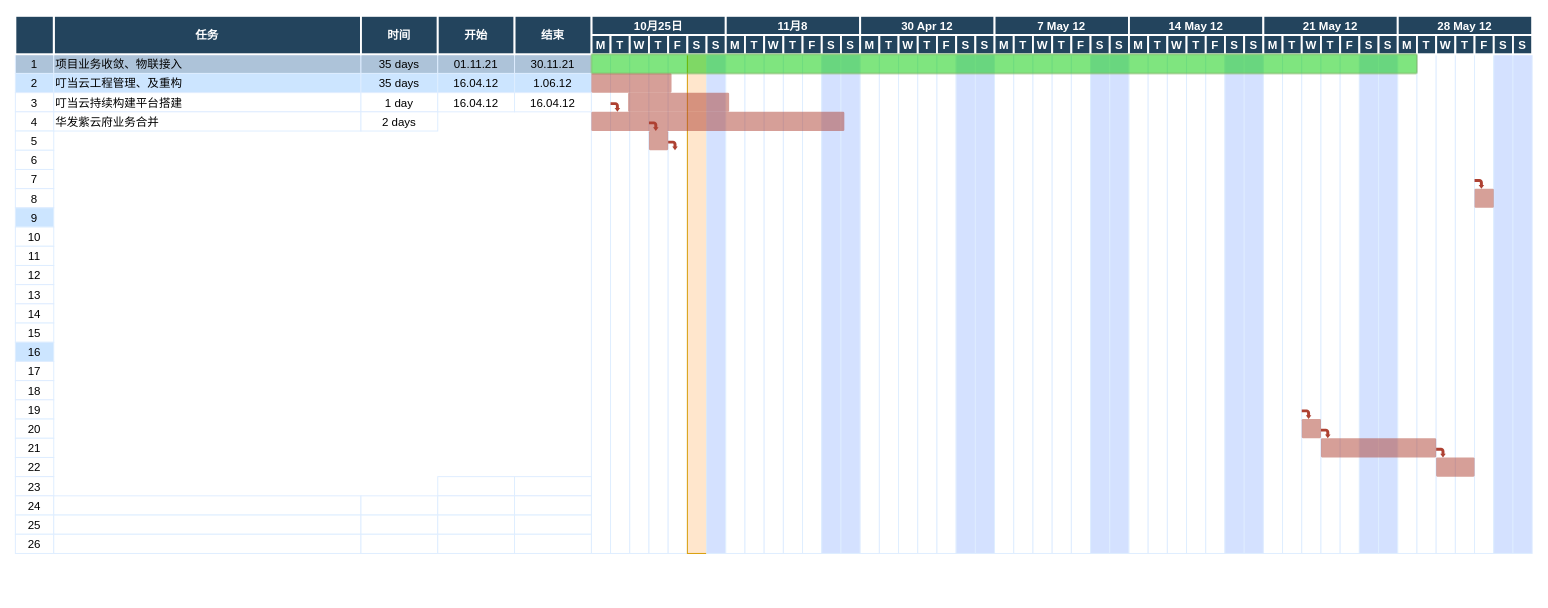
Earlier version of the draw.io diagram Untitled Diagram.drawio (csm1sh/pinspire). Source tidied: cells renumbered, new cells numbered last; positions are measured from the earlier drawing's top-left corner, leaving out a move shared by most shapes. Both pictures are drawn from the tidied source at 96%, with x=0, y=0 at pixel (14, 15).
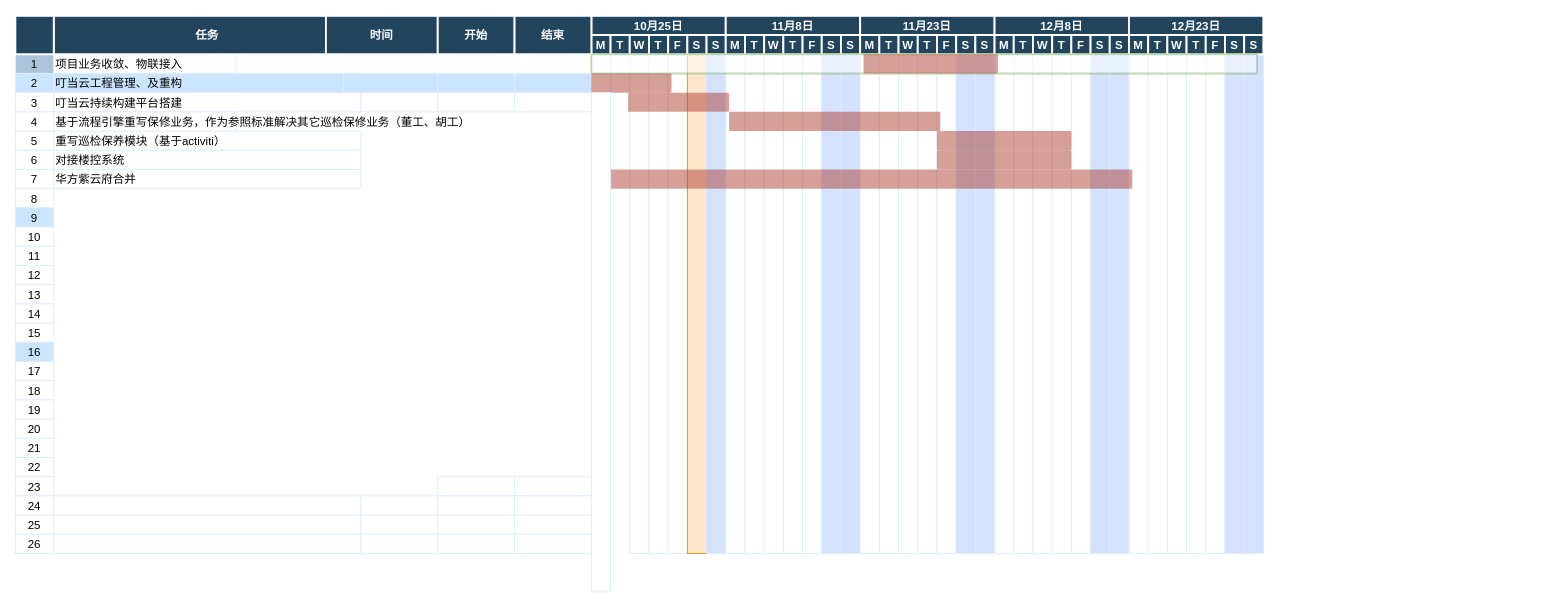
Above is the later version.

The edit, as a diff of the source:
```diff
@@
-    <mxCell id="3" value="项目业务收敛、物联接入" style="align=left;strokeColor=#DEEDFF;fillColor=#ADC3D9;" parent="1" vertex="1">
-      <mxGeometry x="40.5" y="40" width="320" height="20" as="geometry" />
+    <mxCell id="3" value="项目业务收敛、物联接入" style="align=left;strokeColor=#DEEDFF;fillColor=#FFFFFF;" parent="1" vertex="1">
+      <mxGeometry x="40.5" y="40" width="190" height="20" as="geometry" />
     </mxCell>
-    <mxCell id="4" value="35 days" style="strokeColor=#DEEDFF;fillColor=#ADC3D9;" parent="1" vertex="1">
-      <mxGeometry x="360.5" y="40" width="80" height="20" as="geometry" />
-    </mxCell>
-    <mxCell id="5" value="01.11.21" style="strokeColor=#DEEDFF;fillColor=#ADC3D9;" parent="1" vertex="1">
-      <mxGeometry x="440.5" y="40" width="80" height="20" as="geometry" />
-    </mxCell>
-    <mxCell id="6" value="30.11.21" style="strokeColor=#DEEDFF;fillColor=#ADC3D9;" parent="1" vertex="1">
-      <mxGeometry x="520.5" y="40" width="80" height="20" as="geometry" />
-    </mxCell>
@@
-    <mxCell id="10" value="35 days" style="strokeColor=#DEEDFF;fillColor=#CCE5FF;" parent="1" vertex="1">
-      <mxGeometry x="360.5" y="60" width="80" height="20" as="geometry" />
+    <mxCell id="10" style="strokeColor=#DEEDFF;fillColor=#CCE5FF;" parent="1" vertex="1">
+      <mxGeometry x="342.2" y="60" width="101.8" height="20" as="geometry" />
     </mxCell>
-    <mxCell id="11" value="16.04.12" style="strokeColor=#DEEDFF;fillColor=#CCE5FF;" parent="1" vertex="1">
+    <mxCell id="11" style="strokeColor=#DEEDFF;fillColor=#CCE5FF;" parent="1" vertex="1">
       <mxGeometry x="440.5" y="60" width="80" height="20" as="geometry" />
     </mxCell>
-    <mxCell id="12" value="1.06.12" style="strokeColor=#DEEDFF;fillColor=#CCE5FF;" parent="1" vertex="1">
+    <mxCell id="12" style="strokeColor=#DEEDFF;fillColor=#CCE5FF;" parent="1" vertex="1">
       <mxGeometry x="520.5" y="60" width="80" height="20" as="geometry" />
     </mxCell>
@@
-    <mxCell id="15" value="1 day" style="strokeColor=#DEEDFF;" parent="1" vertex="1">
+    <mxCell id="15" style="strokeColor=#DEEDFF;" parent="1" vertex="1">
       <mxGeometry x="360.5" y="80" width="80" height="20" as="geometry" />
     </mxCell>
-    <mxCell id="16" value="16.04.12" style="strokeColor=#DEEDFF;" parent="1" vertex="1">
+    <mxCell id="16" style="strokeColor=#DEEDFF;" parent="1" vertex="1">
       <mxGeometry x="440.5" y="80" width="80" height="20" as="geometry" />
     </mxCell>
-    <mxCell id="17" value="16.04.12" style="strokeColor=#DEEDFF;" parent="1" vertex="1">
+    <mxCell id="17" style="strokeColor=#DEEDFF;" parent="1" vertex="1">
       <mxGeometry x="520.5" y="80" width="80" height="20" as="geometry" />
     </mxCell>
@@
-    <mxCell id="19" value="华发紫云府业务合并" style="align=left;strokeColor=#DEEDFF;" parent="1" vertex="1">
-      <mxGeometry x="40.5" y="100" width="320" height="20" as="geometry" />
+    <mxCell id="19" value="重写巡检保养模块（基于activiti）" style="align=left;strokeColor=#DEEDFF;" parent="1" vertex="1">
+      <mxGeometry x="40.5" y="120" width="320" height="20" as="geometry" />
     </mxCell>
-    <mxCell id="20" value="2 days" style="strokeColor=#DEEDFF;" parent="1" vertex="1">
-      <mxGeometry x="360.5" y="100" width="80" height="20" as="geometry" />
-    </mxCell>
@@
-    <mxCell id="57" style="strokeColor=#DEEDFF;" parent="1" vertex="1">
-      <mxGeometry x="620.5" y="40" width="20" height="520" as="geometry" />
-    </mxCell>
@@
-    <mxCell id="91" style="strokeColor=#DEEDFF;" parent="1" vertex="1">
-      <mxGeometry x="1300.5" y="40" width="20" height="520" as="geometry" />
-    </mxCell>
-    <mxCell id="92" style="strokeColor=#DEEDFF;" parent="1" vertex="1">
-      <mxGeometry x="1320.5" y="40" width="20" height="520" as="geometry" />
-    </mxCell>
-    <mxCell id="93" style="strokeColor=#DEEDFF;" parent="1" vertex="1">
-      <mxGeometry x="1340.5" y="40" width="20" height="520" as="geometry" />
-    </mxCell>
-    <mxCell id="94" style="strokeColor=#DEEDFF;" parent="1" vertex="1">
-      <mxGeometry x="1360.5" y="40" width="20" height="520" as="geometry" />
-    </mxCell>
-    <mxCell id="95" style="strokeColor=#DEEDFF;" parent="1" vertex="1">
-      <mxGeometry x="1380.5" y="40" width="20" height="520" as="geometry" />
-    </mxCell>
-    <mxCell id="96" style="strokeColor=#DEEDFF;fillColor=#D4E1FF;" parent="1" vertex="1">
-      <mxGeometry x="1400.5" y="40" width="20" height="520" as="geometry" />
-    </mxCell>
-    <mxCell id="97" style="strokeColor=#DEEDFF;fillColor=#D4E1FF;" parent="1" vertex="1">
-      <mxGeometry x="1420.5" y="40" width="20" height="520" as="geometry" />
-    </mxCell>
-    <mxCell id="98" style="strokeColor=#DEEDFF;" parent="1" vertex="1">
-      <mxGeometry x="1440.5" y="40" width="20" height="520" as="geometry" />
-    </mxCell>
-    <mxCell id="99" style="strokeColor=#DEEDFF;" parent="1" vertex="1">
-      <mxGeometry x="1460.5" y="40" width="20" height="520" as="geometry" />
-    </mxCell>
-    <mxCell id="100" style="strokeColor=#DEEDFF;" parent="1" vertex="1">
-      <mxGeometry x="1480.5" y="40" width="20" height="520" as="geometry" />
-    </mxCell>
-    <mxCell id="101" style="strokeColor=#DEEDFF;" parent="1" vertex="1">
-      <mxGeometry x="1500.5" y="40" width="20" height="520" as="geometry" />
-    </mxCell>
-    <mxCell id="102" style="strokeColor=#DEEDFF;" parent="1" vertex="1">
-      <mxGeometry x="1520.5" y="40" width="20" height="520" as="geometry" />
-    </mxCell>
-    <mxCell id="103" style="strokeColor=#DEEDFF;fillColor=#D4E1FF;" parent="1" vertex="1">
-      <mxGeometry x="1540.5" y="40" width="20" height="520" as="geometry" />
-    </mxCell>
-    <mxCell id="104" style="strokeColor=#DEEDFF;fillColor=#D4E1FF;" parent="1" vertex="1">
-      <mxGeometry x="1560.5" y="40" width="20" height="520" as="geometry" />
-    </mxCell>
@@
     <mxCell id="115" value="时间" style="fillColor=#23445D;strokeColor=#FFFFFF;strokeWidth=2;fontColor=#FFFFFF;fontStyle=1;" parent="1" vertex="1">
-      <mxGeometry x="360.5" width="80" height="40" as="geometry" />
+      <mxGeometry x="324" width="116.5" height="40" as="geometry" />
     </mxCell>
@@
-    <mxCell id="118" value="11月8" style="fillColor=#23445D;strokeColor=#FFFFFF;strokeWidth=2;fontColor=#FFFFFF;fontStyle=1;" parent="1" vertex="1">
+    <mxCell id="118" value="11月8日" style="fillColor=#23445D;strokeColor=#FFFFFF;strokeWidth=2;fontColor=#FFFFFF;fontStyle=1;" parent="1" vertex="1">
       <mxGeometry x="740.5" width="140" height="20" as="geometry" />
     </mxCell>
@@
-    <mxCell id="126" value="30 Apr 12" style="fillColor=#23445D;strokeColor=#FFFFFF;strokeWidth=2;fontColor=#FFFFFF;fontStyle=1;" parent="1" vertex="1">
+    <mxCell id="126" value="11月23日" style="fillColor=#23445D;strokeColor=#FFFFFF;strokeWidth=2;fontColor=#FFFFFF;fontStyle=1;" parent="1" vertex="1">
       <mxGeometry x="880.5" width="140" height="20" as="geometry" />
     </mxCell>
@@
-    <mxCell id="134" value="7 May 12" style="fillColor=#23445D;strokeColor=#FFFFFF;strokeWidth=2;fontColor=#FFFFFF;fontStyle=1;" parent="1" vertex="1">
+    <mxCell id="134" value="12月8日" style="fillColor=#23445D;strokeColor=#FFFFFF;strokeWidth=2;fontColor=#FFFFFF;fontStyle=1;" parent="1" vertex="1">
       <mxGeometry x="1020.5" width="140" height="20" as="geometry" />
     </mxCell>
@@
-    <mxCell id="142" value="14 May 12" style="fillColor=#23445D;strokeColor=#FFFFFF;strokeWidth=2;fontColor=#FFFFFF;fontStyle=1;" parent="1" vertex="1">
+    <mxCell id="142" value="12月23日" style="fillColor=#23445D;strokeColor=#FFFFFF;strokeWidth=2;fontColor=#FFFFFF;fontStyle=1;" parent="1" vertex="1">
       <mxGeometry x="1160.5" width="140" height="20" as="geometry" />
     </mxCell>
@@
-    <mxCell id="150" value="21 May 12" style="fillColor=#23445D;strokeColor=#FFFFFF;strokeWidth=2;fontColor=#FFFFFF;fontStyle=1;" parent="1" vertex="1">
-      <mxGeometry x="1300.5" width="140" height="20" as="geometry" />
-    </mxCell>
-    <mxCell id="151" value="M" style="fillColor=#23445D;strokeColor=#FFFFFF;strokeWidth=2;fontColor=#FFFFFF;fontStyle=1;" parent="1" vertex="1">
-      <mxGeometry x="1300.5" y="20" width="20" height="20" as="geometry" />
-    </mxCell>
-    <mxCell id="152" value="T" style="fillColor=#23445D;strokeColor=#FFFFFF;strokeWidth=2;fontColor=#FFFFFF;fontStyle=1;" parent="1" vertex="1">
-      <mxGeometry x="1320.5" y="20" width="20" height="20" as="geometry" />
-    </mxCell>
-    <mxCell id="153" value="W" style="fillColor=#23445D;strokeColor=#FFFFFF;strokeWidth=2;fontColor=#FFFFFF;fontStyle=1;" parent="1" vertex="1">
-      <mxGeometry x="1340.5" y="20" width="20" height="20" as="geometry" />
-    </mxCell>
-    <mxCell id="154" value="T" style="fillColor=#23445D;strokeColor=#FFFFFF;strokeWidth=2;fontColor=#FFFFFF;fontStyle=1;" parent="1" vertex="1">
-      <mxGeometry x="1360.5" y="20" width="20" height="20" as="geometry" />
-    </mxCell>
-    <mxCell id="155" value="F" style="fillColor=#23445D;strokeColor=#FFFFFF;strokeWidth=2;fontColor=#FFFFFF;fontStyle=1;" parent="1" vertex="1">
-      <mxGeometry x="1380.5" y="20" width="20" height="20" as="geometry" />
-    </mxCell>
-    <mxCell id="156" value="S" style="fillColor=#23445D;strokeColor=#FFFFFF;strokeWidth=2;fontColor=#FFFFFF;fontStyle=1;" parent="1" vertex="1">
-      <mxGeometry x="1400.5" y="20" width="20" height="20" as="geometry" />
-    </mxCell>
-    <mxCell id="157" value="S" style="fillColor=#23445D;strokeColor=#FFFFFF;strokeWidth=2;fontColor=#FFFFFF;fontStyle=1;" parent="1" vertex="1">
-      <mxGeometry x="1420.5" y="20" width="20" height="20" as="geometry" />
-    </mxCell>
-    <mxCell id="158" value="28 May 12" style="fillColor=#23445D;strokeColor=#FFFFFF;strokeWidth=2;fontColor=#FFFFFF;fontStyle=1;" parent="1" vertex="1">
-      <mxGeometry x="1440.5" width="140" height="20" as="geometry" />
-    </mxCell>
-    <mxCell id="159" value="M" style="fillColor=#23445D;strokeColor=#FFFFFF;strokeWidth=2;fontColor=#FFFFFF;fontStyle=1;" parent="1" vertex="1">
-      <mxGeometry x="1440.5" y="20" width="20" height="20" as="geometry" />
-    </mxCell>
-    <mxCell id="160" value="T" style="fillColor=#23445D;strokeColor=#FFFFFF;strokeWidth=2;fontColor=#FFFFFF;fontStyle=1;" parent="1" vertex="1">
-      <mxGeometry x="1460.5" y="20" width="20" height="20" as="geometry" />
-    </mxCell>
-    <mxCell id="161" value="W" style="fillColor=#23445D;strokeColor=#FFFFFF;strokeWidth=2;fontColor=#FFFFFF;fontStyle=1;" parent="1" vertex="1">
-      <mxGeometry x="1480.5" y="20" width="20" height="20" as="geometry" />
-    </mxCell>
-    <mxCell id="162" value="T" style="fillColor=#23445D;strokeColor=#FFFFFF;strokeWidth=2;fontColor=#FFFFFF;fontStyle=1;" parent="1" vertex="1">
-      <mxGeometry x="1500.5" y="20" width="20" height="20" as="geometry" />
-    </mxCell>
-    <mxCell id="163" value="F" style="fillColor=#23445D;strokeColor=#FFFFFF;strokeWidth=2;fontColor=#FFFFFF;fontStyle=1;" parent="1" vertex="1">
-      <mxGeometry x="1520.5" y="20" width="20" height="20" as="geometry" />
-    </mxCell>
-    <mxCell id="164" value="S" style="fillColor=#23445D;strokeColor=#FFFFFF;strokeWidth=2;fontColor=#FFFFFF;fontStyle=1;" parent="1" vertex="1">
-      <mxGeometry x="1540.5" y="20" width="20" height="20" as="geometry" />
-    </mxCell>
-    <mxCell id="165" value="S" style="fillColor=#23445D;strokeColor=#FFFFFF;strokeWidth=2;fontColor=#FFFFFF;fontStyle=1;" parent="1" vertex="1">
-      <mxGeometry x="1560.5" y="20" width="20" height="20" as="geometry" />
-    </mxCell>
-    <mxCell id="166" style="shape=mxgraph.arrows.bent_right_arrow;fillColor=#AE4132;strokeColor=none;strokeWidth=2;direction=south;" parent="1" vertex="1">
-      <mxGeometry x="620.5" y="90" width="10" height="10" as="geometry" />
-    </mxCell>
@@
     <mxCell id="168" style="shape=mxgraph.flowchart.process;fillColor=#AE4132;strokeColor=none;strokeWidth=2;opacity=50;" parent="1" vertex="1">
-      <mxGeometry x="600.5" y="100" width="263.5" height="20" as="geometry" />
+      <mxGeometry x="604" y="160" width="560" height="20" as="geometry" />
     </mxCell>
-    <mxCell id="169" style="shape=mxgraph.flowchart.process;fillColor=#AE4132;strokeColor=none;strokeWidth=2;opacity=50;" parent="1" vertex="1">
-      <mxGeometry x="660.5" y="120" width="20" height="20" as="geometry" />
-    </mxCell>
-    <mxCell id="170" style="shape=mxgraph.flowchart.process;fillColor=#AE4132;strokeColor=none;strokeWidth=2;opacity=50;" parent="1" vertex="1">
-      <mxGeometry x="1520.5" y="180" width="20" height="20" as="geometry" />
-    </mxCell>
-    <mxCell id="171" style="shape=mxgraph.arrows.bent_right_arrow;fillColor=#AE4132;strokeColor=none;strokeWidth=2;direction=south;" parent="1" vertex="1">
-      <mxGeometry x="660.5" y="110" width="10" height="10" as="geometry" />
-    </mxCell>
-    <mxCell id="172" style="shape=mxgraph.arrows.bent_right_arrow;fillColor=#AE4132;strokeColor=none;strokeWidth=2;direction=south;" parent="1" vertex="1">
-      <mxGeometry x="680.5" y="130" width="10" height="10" as="geometry" />
-    </mxCell>
-    <mxCell id="173" style="shape=mxgraph.arrows.bent_right_arrow;fillColor=#AE4132;strokeColor=none;strokeWidth=2;direction=south;" parent="1" vertex="1">
-      <mxGeometry x="1520.5" y="170" width="10" height="10" as="geometry" />
-    </mxCell>
-    <mxCell id="174" style="shape=mxgraph.flowchart.process;fillColor=#AE4132;strokeColor=none;strokeWidth=2;opacity=50;" parent="1" vertex="1">
-      <mxGeometry x="1340.5" y="420" width="20" height="20" as="geometry" />
-    </mxCell>
-    <mxCell id="175" style="shape=mxgraph.flowchart.process;fillColor=#AE4132;strokeColor=none;strokeWidth=2;opacity=50;" parent="1" vertex="1">
-      <mxGeometry x="1360.5" y="440" width="120" height="20" as="geometry" />
-    </mxCell>
-    <mxCell id="176" style="shape=mxgraph.flowchart.process;fillColor=#AE4132;strokeColor=none;strokeWidth=2;opacity=50;" parent="1" vertex="1">
-      <mxGeometry x="1480.5" y="460" width="40" height="20" as="geometry" />
-    </mxCell>
-    <mxCell id="177" style="shape=mxgraph.arrows.bent_right_arrow;fillColor=#AE4132;strokeColor=none;strokeWidth=2;direction=south;" parent="1" vertex="1">
-      <mxGeometry x="1340.5" y="410" width="10" height="10" as="geometry" />
-    </mxCell>
-    <mxCell id="178" style="shape=mxgraph.arrows.bent_right_arrow;fillColor=#AE4132;strokeColor=none;strokeWidth=2;direction=south;" parent="1" vertex="1">
-      <mxGeometry x="1360.5" y="430" width="10" height="10" as="geometry" />
-    </mxCell>
-    <mxCell id="179" style="shape=mxgraph.arrows.bent_right_arrow;fillColor=#AE4132;strokeColor=none;strokeWidth=2;direction=south;" parent="1" vertex="1">
-      <mxGeometry x="1480.5" y="450" width="10" height="10" as="geometry" />
-    </mxCell>
-    <mxCell id="180" style="shape=mxgraph.flowchart.process;fillColor=#00CC00;strokeColor=#82b366;strokeWidth=2;opacity=50;" parent="1" vertex="1">
-      <mxGeometry x="600.5" y="40" width="860" height="20" as="geometry" />
+    <mxCell id="180" style="shape=mxgraph.flowchart.process;fillColor=#FFFFFF;strokeColor=#82b366;strokeWidth=2;opacity=50;" parent="1" vertex="1">
+      <mxGeometry x="600.5" y="40" width="693.5" height="20" as="geometry" />
     </mxCell>
@@
+    <mxCell id="182" style="shape=mxgraph.flowchart.process;fillColor=#AE4132;strokeColor=none;strokeWidth=2;opacity=50;" parent="1" vertex="1">
+      <mxGeometry x="744" y="100" width="220" height="20" as="geometry" />
+    </mxCell>
+    <mxCell id="183" value="基于流程引擎重写保修业务，作为参照标准解决其它巡检保修业务（董工、胡工）" style="align=left;strokeColor=#DEEDFF;fillColor=#FFFFFF;" parent="1" vertex="1">
+      <mxGeometry x="40.5" y="100" width="190" height="20" as="geometry" />
+    </mxCell>
+    <mxCell id="184" style="shape=mxgraph.flowchart.process;fillColor=#AE4132;strokeColor=none;strokeWidth=2;opacity=50;" parent="1" vertex="1">
+      <mxGeometry x="884" y="40" width="140" height="20" as="geometry" />
+    </mxCell>
+    <mxCell id="185" style="shape=mxgraph.flowchart.process;fillColor=#AE4132;strokeColor=none;strokeWidth=2;opacity=50;" parent="1" vertex="1">
+      <mxGeometry x="960.5" y="120" width="140" height="20" as="geometry" />
+    </mxCell>
+    <mxCell id="186" value="对接楼控系统" style="align=left;strokeColor=#DEEDFF;" parent="1" vertex="1">
+      <mxGeometry x="40.5" y="140" width="320" height="20" as="geometry" />
+    </mxCell>
+    <mxCell id="187" style="shape=mxgraph.flowchart.process;fillColor=#AE4132;strokeColor=none;strokeWidth=2;opacity=50;" parent="1" vertex="1">
+      <mxGeometry x="960.5" y="140" width="140" height="20" as="geometry" />
+    </mxCell>
+    <mxCell id="188" value="华方紫云府合并" style="align=left;strokeColor=#DEEDFF;" parent="1" vertex="1">
+      <mxGeometry x="40.5" y="160" width="320" height="20" as="geometry" />
+    </mxCell>
+    <mxCell id="189" style="strokeColor=#DEEDFF;" parent="1" vertex="1">
+      <mxGeometry x="600.5" y="80" width="20" height="520" as="geometry" />
+    </mxCell>
```
